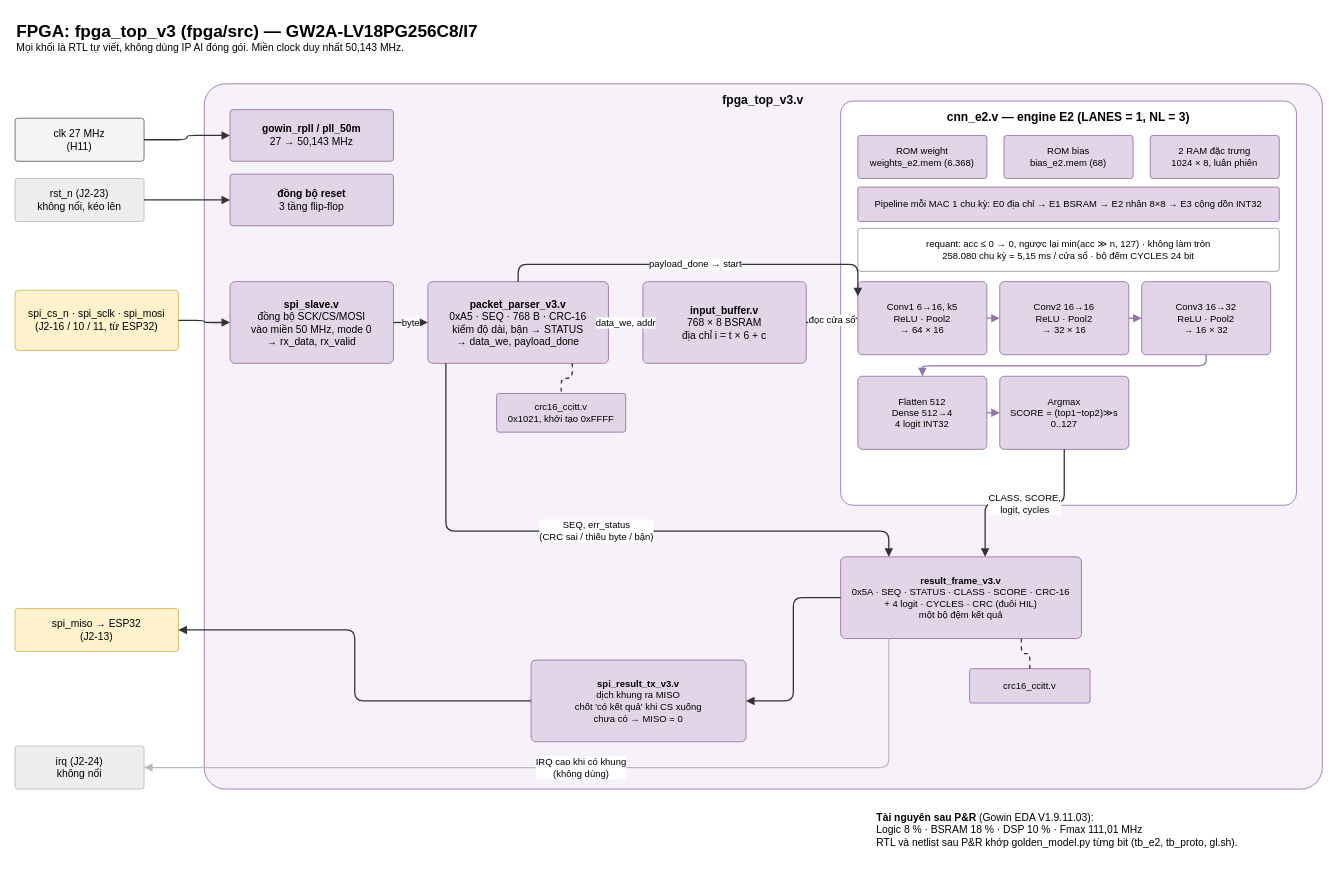
Above: page "4. FPGA – RTL architecture" (4 of 8) of docs/so_do_he_thong.drawio in danhle396/fpga2026gowin (draw.io), before the change. Source tidied: cells renumbered, new cells numbered last; positions are measured from the earlier drawing's top-left corner, leaving out a move shared by most shapes. Both pictures are drawn from the tidied source at 86%, with x=0, y=0 at pixel (15, 15).
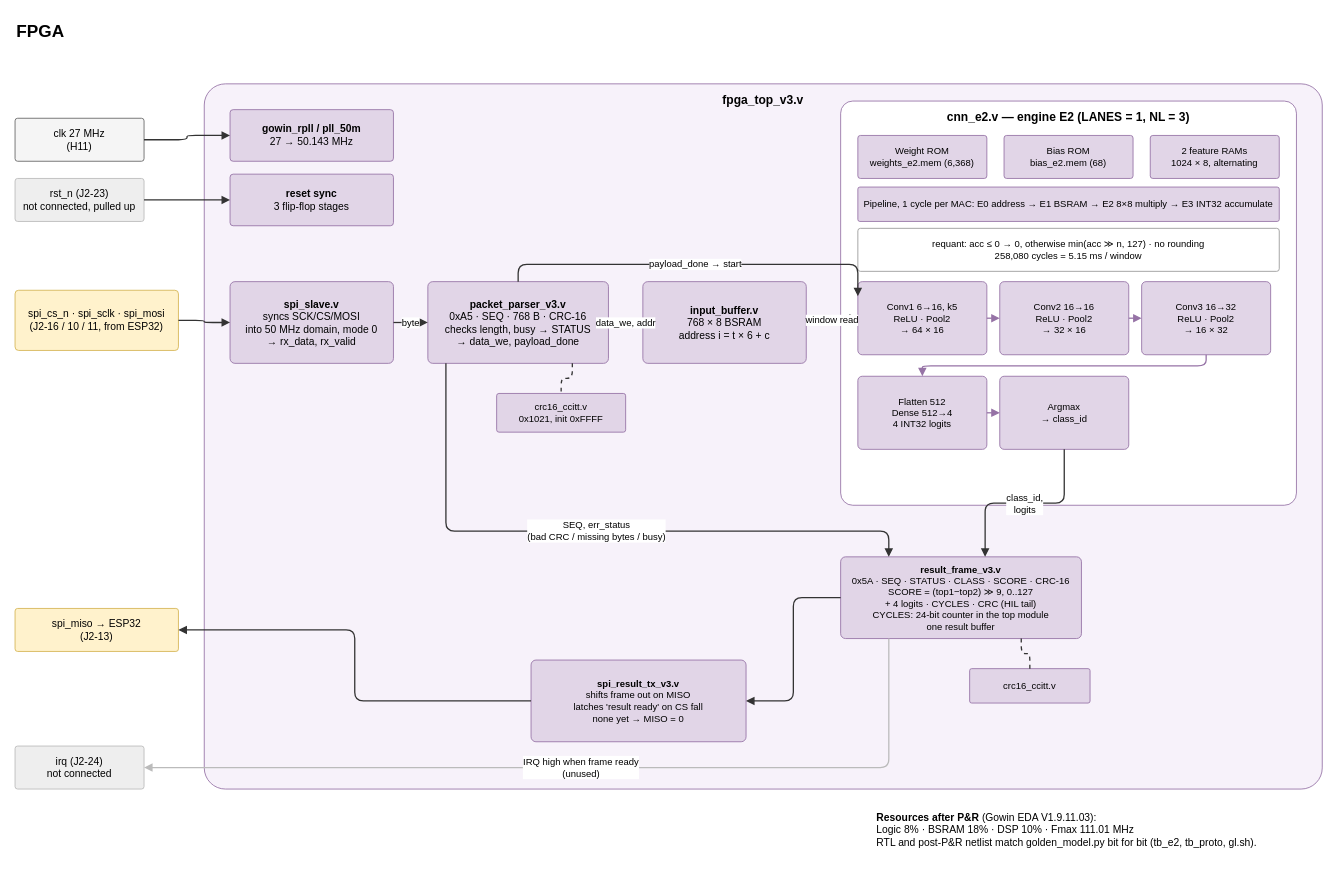
The same page after the edit.

Unchanged cells that the change refers to:
```xml
<mxCell id="20" value="Conv1 6→16, k5&lt;br&gt;ReLU · Pool2&lt;br&gt;→ 64 × 16" style="rounded=1;whiteSpace=wrap;html=1;arcSize=6;fillColor=#e1d5e7;strokeColor=#9673a6;verticalAlign=middle;align=center;spacing=6;fontSize=12;fontSize=11;" parent="1" vertex="1">
  <mxGeometry x="980" y="310" width="150" height="85" as="geometry" />
</mxCell>
```

The edit, as a diff of the source:
```diff
@@
-    <mxCell id="2" value="&lt;b style='font-size:20px'&gt;FPGA: fpga_top_v3 (fpga/src) — GW2A-LV18PG256C8/I7&lt;/b&gt;&lt;br&gt;Mọi khối là RTL tự viết, không dùng IP AI đóng gói. Miền clock duy nhất 50,143 MHz." style="text;html=1;whiteSpace=wrap;align=left;verticalAlign=top;fontSize=12;" parent="1" vertex="1">
+    <mxCell id="2" value="&lt;b style=&quot;font-size:20px&quot;&gt;FPGA&lt;/b&gt;" style="text;html=1;whiteSpace=wrap;align=left;verticalAlign=top;fontSize=12;" parent="1" vertex="1">
       <mxGeometry width="1300" height="60" as="geometry" />
     </mxCell>
@@
-    <mxCell id="5" value="rst_n (J2-23)&lt;br&gt;không nối, kéo lên" style="rounded=1;whiteSpace=wrap;html=1;arcSize=6;fillColor=#eeeeee;strokeColor=#bbbbbb;verticalAlign=middle;align=center;spacing=6;fontSize=12;" parent="1" vertex="1">
+    <mxCell id="5" value="rst_n (J2-23)&lt;br&gt;not connected, pulled up" style="rounded=1;whiteSpace=wrap;html=1;arcSize=6;fillColor=#eeeeee;strokeColor=#bbbbbb;verticalAlign=middle;align=center;spacing=6;fontSize=12;" parent="1" vertex="1">
       <mxGeometry y="190" width="150" height="50" as="geometry" />
     </mxCell>
-    <mxCell id="6" value="spi_cs_n · spi_sclk · spi_mosi&lt;br&gt;(J2-16 / 10 / 11, từ ESP32)" style="rounded=1;whiteSpace=wrap;html=1;arcSize=6;fillColor=#fff2cc;strokeColor=#d6b656;verticalAlign=middle;align=center;spacing=6;fontSize=12;" parent="1" vertex="1">
+    <mxCell id="6" value="spi_cs_n · spi_sclk · spi_mosi&lt;br&gt;(J2-16 / 10 / 11, from ESP32)" style="rounded=1;whiteSpace=wrap;html=1;arcSize=6;fillColor=#fff2cc;strokeColor=#d6b656;verticalAlign=middle;align=center;spacing=6;fontSize=12;" parent="1" vertex="1">
       <mxGeometry y="320" width="190" height="70" as="geometry" />
     </mxCell>
@@
-    <mxCell id="8" value="irq (J2-24)&lt;br&gt;không nối" style="rounded=1;whiteSpace=wrap;html=1;arcSize=6;fillColor=#eeeeee;strokeColor=#bbbbbb;verticalAlign=middle;align=center;spacing=6;fontSize=12;" parent="1" vertex="1">
+    <mxCell id="8" value="irq (J2-24)&lt;br&gt;not connected" style="rounded=1;whiteSpace=wrap;html=1;arcSize=6;fillColor=#eeeeee;strokeColor=#bbbbbb;verticalAlign=middle;align=center;spacing=6;fontSize=12;" parent="1" vertex="1">
       <mxGeometry y="850" width="150" height="50" as="geometry" />
     </mxCell>
-    <mxCell id="9" value="&lt;b&gt;gowin_rpll / pll_50m&lt;/b&gt;&lt;br&gt;27 → 50,143 MHz" style="rounded=1;whiteSpace=wrap;html=1;arcSize=6;fillColor=#e1d5e7;strokeColor=#9673a6;verticalAlign=middle;align=center;spacing=6;fontSize=12;" parent="1" vertex="1">
+    <mxCell id="9" value="&lt;b&gt;gowin_rpll / pll_50m&lt;/b&gt;&lt;br&gt;27 → 50.143 MHz" style="rounded=1;whiteSpace=wrap;html=1;arcSize=6;fillColor=#e1d5e7;strokeColor=#9673a6;verticalAlign=middle;align=center;spacing=6;fontSize=12;" parent="1" vertex="1">
       <mxGeometry x="250" y="110" width="190" height="60" as="geometry" />
     </mxCell>
-    <mxCell id="10" value="&lt;b&gt;đồng bộ reset&lt;/b&gt;&lt;br&gt;3 tầng flip-flop" style="rounded=1;whiteSpace=wrap;html=1;arcSize=6;fillColor=#e1d5e7;strokeColor=#9673a6;verticalAlign=middle;align=center;spacing=6;fontSize=12;" parent="1" vertex="1">
+    <mxCell id="10" value="&lt;b&gt;reset sync&lt;/b&gt;&lt;br&gt;3 flip-flop stages" style="rounded=1;whiteSpace=wrap;html=1;arcSize=6;fillColor=#e1d5e7;strokeColor=#9673a6;verticalAlign=middle;align=center;spacing=6;fontSize=12;" parent="1" vertex="1">
       <mxGeometry x="250" y="185" width="190" height="60" as="geometry" />
     </mxCell>
-    <mxCell id="11" value="&lt;b&gt;spi_slave.v&lt;/b&gt;&lt;br&gt;đồng bộ SCK/CS/MOSI&lt;br&gt;vào miền 50 MHz, mode 0&lt;br&gt;→ rx_data, rx_valid" style="rounded=1;whiteSpace=wrap;html=1;arcSize=6;fillColor=#e1d5e7;strokeColor=#9673a6;verticalAlign=middle;align=center;spacing=6;fontSize=12;" parent="1" vertex="1">
+    <mxCell id="11" value="&lt;b&gt;spi_slave.v&lt;/b&gt;&lt;br&gt;syncs SCK/CS/MOSI&lt;br&gt;into 50 MHz domain, mode 0&lt;br&gt;→ rx_data, rx_valid" style="rounded=1;whiteSpace=wrap;html=1;arcSize=6;fillColor=#e1d5e7;strokeColor=#9673a6;verticalAlign=middle;align=center;spacing=6;fontSize=12;" parent="1" vertex="1">
       <mxGeometry x="250" y="310" width="190" height="95" as="geometry" />
     </mxCell>
-    <mxCell id="12" value="&lt;b&gt;packet_parser_v3.v&lt;/b&gt;&lt;br&gt;0xA5 · SEQ · 768 B · CRC-16&lt;br&gt;kiểm độ dài, bận → STATUS&lt;br&gt;→ data_we, payload_done" style="rounded=1;whiteSpace=wrap;html=1;arcSize=6;fillColor=#e1d5e7;strokeColor=#9673a6;verticalAlign=middle;align=center;spacing=6;fontSize=12;" parent="1" vertex="1">
+    <mxCell id="12" value="&lt;b&gt;packet_parser_v3.v&lt;/b&gt;&lt;br&gt;0xA5 · SEQ · 768 B · CRC-16&lt;br&gt;checks length, busy → STATUS&lt;br&gt;→ data_we, payload_done" style="rounded=1;whiteSpace=wrap;html=1;arcSize=6;fillColor=#e1d5e7;strokeColor=#9673a6;verticalAlign=middle;align=center;spacing=6;fontSize=12;" parent="1" vertex="1">
       <mxGeometry x="480" y="310" width="210" height="95" as="geometry" />
     </mxCell>
-    <mxCell id="13" value="crc16_ccitt.v&lt;br&gt;0x1021, khởi tạo 0xFFFF" style="rounded=1;whiteSpace=wrap;html=1;arcSize=6;fillColor=#e1d5e7;strokeColor=#9673a6;verticalAlign=middle;align=center;spacing=6;fontSize=12;fontSize=11;" parent="1" vertex="1">
+    <mxCell id="13" value="crc16_ccitt.v&lt;br&gt;0x1021, init 0xFFFF" style="rounded=1;whiteSpace=wrap;html=1;arcSize=6;fillColor=#e1d5e7;strokeColor=#9673a6;verticalAlign=middle;align=center;spacing=6;fontSize=12;fontSize=11;" parent="1" vertex="1">
       <mxGeometry x="560" y="440" width="150" height="45" as="geometry" />
     </mxCell>
-    <mxCell id="14" value="&lt;b&gt;input_buffer.v&lt;/b&gt;&lt;br&gt;768 × 8 BSRAM&lt;br&gt;địa chỉ i = t × 6 + c" style="rounded=1;whiteSpace=wrap;html=1;arcSize=6;fillColor=#e1d5e7;strokeColor=#9673a6;verticalAlign=middle;align=center;spacing=6;fontSize=12;" parent="1" vertex="1">
+    <mxCell id="14" value="&lt;b&gt;input_buffer.v&lt;/b&gt;&lt;br&gt;768 × 8 BSRAM&lt;br&gt;address i = t × 6 + c" style="rounded=1;whiteSpace=wrap;html=1;arcSize=6;fillColor=#e1d5e7;strokeColor=#9673a6;verticalAlign=middle;align=center;spacing=6;fontSize=12;" parent="1" vertex="1">
       <mxGeometry x="730" y="310" width="190" height="95" as="geometry" />
     </mxCell>
@@
-    <mxCell id="16" value="ROM weight&lt;br&gt;weights_e2.mem (6.368)" style="rounded=1;whiteSpace=wrap;html=1;arcSize=6;fillColor=#e1d5e7;strokeColor=#9673a6;verticalAlign=middle;align=center;spacing=6;fontSize=12;fontSize=11;" parent="1" vertex="1">
+    <mxCell id="16" value="Weight ROM&lt;br&gt;weights_e2.mem (6,368)" style="rounded=1;whiteSpace=wrap;html=1;arcSize=6;fillColor=#e1d5e7;strokeColor=#9673a6;verticalAlign=middle;align=center;spacing=6;fontSize=12;fontSize=11;" parent="1" vertex="1">
       <mxGeometry x="980" y="140" width="150" height="50" as="geometry" />
     </mxCell>
-    <mxCell id="17" value="ROM bias&lt;br&gt;bias_e2.mem (68)" style="rounded=1;whiteSpace=wrap;html=1;arcSize=6;fillColor=#e1d5e7;strokeColor=#9673a6;verticalAlign=middle;align=center;spacing=6;fontSize=12;fontSize=11;" parent="1" vertex="1">
+    <mxCell id="17" value="Bias ROM&lt;br&gt;bias_e2.mem (68)" style="rounded=1;whiteSpace=wrap;html=1;arcSize=6;fillColor=#e1d5e7;strokeColor=#9673a6;verticalAlign=middle;align=center;spacing=6;fontSize=12;fontSize=11;" parent="1" vertex="1">
       <mxGeometry x="1150" y="140" width="150" height="50" as="geometry" />
     </mxCell>
-    <mxCell id="18" value="2 RAM đặc trưng&lt;br&gt;1024 × 8, luân phiên" style="rounded=1;whiteSpace=wrap;html=1;arcSize=6;fillColor=#e1d5e7;strokeColor=#9673a6;verticalAlign=middle;align=center;spacing=6;fontSize=12;fontSize=11;" parent="1" vertex="1">
+    <mxCell id="18" value="2 feature RAMs&lt;br&gt;1024 × 8, alternating" style="rounded=1;whiteSpace=wrap;html=1;arcSize=6;fillColor=#e1d5e7;strokeColor=#9673a6;verticalAlign=middle;align=center;spacing=6;fontSize=12;fontSize=11;" parent="1" vertex="1">
       <mxGeometry x="1320" y="140" width="150" height="50" as="geometry" />
     </mxCell>
-    <mxCell id="19" value="Pipeline mỗi MAC 1 chu kỳ: E0 địa chỉ → E1 BSRAM → E2 nhân 8×8 → E3 cộng dồn INT32" style="rounded=1;whiteSpace=wrap;html=1;arcSize=6;fillColor=#e1d5e7;strokeColor=#9673a6;verticalAlign=middle;align=center;spacing=6;fontSize=12;fontSize=11;" parent="1" vertex="1">
+    <mxCell id="19" value="Pipeline, 1 cycle per MAC: E0 address → E1 BSRAM → E2 8×8 multiply → E3 INT32 accumulate" style="rounded=1;whiteSpace=wrap;html=1;arcSize=6;fillColor=#e1d5e7;strokeColor=#9673a6;verticalAlign=middle;align=center;spacing=6;fontSize=12;fontSize=11;" parent="1" vertex="1">
       <mxGeometry x="980" y="200" width="490" height="40" as="geometry" />
     </mxCell>
@@
-    <mxCell id="23" value="Flatten 512&lt;br&gt;Dense 512→4&lt;br&gt;4 logit INT32" style="rounded=1;whiteSpace=wrap;html=1;arcSize=6;fillColor=#e1d5e7;strokeColor=#9673a6;verticalAlign=middle;align=center;spacing=6;fontSize=12;fontSize=11;" parent="1" vertex="1">
+    <mxCell id="23" value="Flatten 512&lt;br&gt;Dense 512→4&lt;br&gt;4 INT32 logits" style="rounded=1;whiteSpace=wrap;html=1;arcSize=6;fillColor=#e1d5e7;strokeColor=#9673a6;verticalAlign=middle;align=center;spacing=6;fontSize=12;fontSize=11;" parent="1" vertex="1">
       <mxGeometry x="980" y="420" width="150" height="85" as="geometry" />
     </mxCell>
-    <mxCell id="24" value="Argmax&lt;br&gt;SCORE = (top1−top2)≫s&lt;br&gt;0..127" style="rounded=1;whiteSpace=wrap;html=1;arcSize=6;fillColor=#e1d5e7;strokeColor=#9673a6;verticalAlign=middle;align=center;spacing=6;fontSize=12;fontSize=11;" parent="1" vertex="1">
+    <mxCell id="24" value="Argmax&lt;br&gt;→ class_id" style="rounded=1;whiteSpace=wrap;html=1;arcSize=6;fillColor=#e1d5e7;strokeColor=#9673a6;verticalAlign=middle;align=center;spacing=6;fontSize=12;fontSize=11;" parent="1" vertex="1">
       <mxGeometry x="1145" y="420" width="150" height="85" as="geometry" />
     </mxCell>
@@
-    <mxCell id="29" value="requant: acc ≤ 0 → 0, ngược lại min(acc ≫ n, 127) · không làm tròn&lt;br&gt;258.080 chu kỳ = 5,15 ms / cửa sổ · bộ đếm CYCLES 24 bit" style="rounded=1;whiteSpace=wrap;html=1;arcSize=6;fillColor=#ffffff;strokeColor=#999999;verticalAlign=middle;align=center;spacing=6;fontSize=12;fontSize=11;" parent="1" vertex="1">
+    <mxCell id="29" value="requant: acc ≤ 0 → 0, otherwise min(acc ≫ n, 127) · no rounding&lt;br&gt;258,080 cycles = 5.15 ms / window" style="rounded=1;whiteSpace=wrap;html=1;arcSize=6;fillColor=#ffffff;strokeColor=#999999;verticalAlign=middle;align=center;spacing=6;fontSize=12;fontSize=11;" parent="1" vertex="1">
       <mxGeometry x="980" y="248" width="490" height="50" as="geometry" />
     </mxCell>
-    <mxCell id="30" value="&lt;b&gt;result_frame_v3.v&lt;/b&gt;&lt;br&gt;0x5A · SEQ · STATUS · CLASS · SCORE · CRC-16&lt;br&gt;+ 4 logit · CYCLES · CRC (đuôi HIL)&lt;br&gt;một bộ đệm kết quả" style="rounded=1;whiteSpace=wrap;html=1;arcSize=6;fillColor=#e1d5e7;strokeColor=#9673a6;verticalAlign=middle;align=center;spacing=6;fontSize=12;fontSize=11;" parent="1" vertex="1">
+    <mxCell id="30" value="&lt;b&gt;result_frame_v3.v&lt;/b&gt;&lt;br&gt;0x5A · SEQ · STATUS · CLASS · SCORE · CRC-16&lt;br&gt;SCORE = (top1−top2) ≫ 9, 0..127&lt;br&gt;+ 4 logits · CYCLES · CRC (HIL tail)&lt;br&gt;CYCLES: 24-bit counter in the top module&lt;br&gt;one result buffer" style="rounded=1;whiteSpace=wrap;html=1;arcSize=6;fillColor=#e1d5e7;strokeColor=#9673a6;verticalAlign=middle;align=center;spacing=6;fontSize=12;fontSize=11;" parent="1" vertex="1">
       <mxGeometry x="960" y="630" width="280" height="95" as="geometry" />
     </mxCell>
@@
-    <mxCell id="32" value="&lt;b&gt;spi_result_tx_v3.v&lt;/b&gt;&lt;br&gt;dịch khung ra MISO&lt;br&gt;chốt 'có kết quả' khi CS xuống&lt;br&gt;chưa có → MISO = 0" style="rounded=1;whiteSpace=wrap;html=1;arcSize=6;fillColor=#e1d5e7;strokeColor=#9673a6;verticalAlign=middle;align=center;spacing=6;fontSize=12;fontSize=11;" parent="1" vertex="1">
+    <mxCell id="32" value="&lt;b&gt;spi_result_tx_v3.v&lt;/b&gt;&lt;br&gt;shifts frame out on MISO&lt;br&gt;latches 'result ready' on CS fall&lt;br&gt;none yet → MISO = 0" style="rounded=1;whiteSpace=wrap;html=1;arcSize=6;fillColor=#e1d5e7;strokeColor=#9673a6;verticalAlign=middle;align=center;spacing=6;fontSize=12;fontSize=11;" parent="1" vertex="1">
       <mxGeometry x="600" y="750" width="250" height="95" as="geometry" />
     </mxCell>
@@
-    <mxCell id="39" value="đọc cửa sổ" style="edgeStyle=orthogonalEdgeStyle;rounded=1;html=1;endArrow=block;endFill=1;strokeColor=#333333;strokeWidth=1.5;fontSize=11;labelBackgroundColor=#ffffff;exitX=1;exitY=0.5;entryX=0;entryY=0.5;" parent="1" edge="1" source="14" target="20">
+    <mxCell id="39" value="window read" style="edgeStyle=orthogonalEdgeStyle;rounded=1;html=1;endArrow=block;endFill=1;strokeColor=#333333;strokeWidth=1.5;fontSize=11;labelBackgroundColor=#ffffff;exitX=1;exitY=0.5;entryX=0;entryY=0.5;" parent="1" edge="1" source="14" target="20">
       <mxGeometry relative="1" as="geometry" />
     </mxCell>
@@
-    <mxCell id="41" value="CLASS, SCORE,&lt;br&gt;logit, cycles" style="edgeStyle=orthogonalEdgeStyle;rounded=1;html=1;endArrow=block;endFill=1;strokeColor=#333333;strokeWidth=1.5;fontSize=11;labelBackgroundColor=#ffffff;exitX=0.5;exitY=1;entryX=0.6;entryY=0;" parent="1" edge="1" source="24" target="30">
+    <mxCell id="41" value="class_id,&lt;br&gt;logits" style="edgeStyle=orthogonalEdgeStyle;rounded=1;html=1;endArrow=block;endFill=1;strokeColor=#333333;strokeWidth=1.5;fontSize=11;labelBackgroundColor=#ffffff;exitX=0.5;exitY=1;entryX=0.6;entryY=0;" parent="1" edge="1" source="24" target="30">
       <mxGeometry relative="1" as="geometry" />
     </mxCell>
-    <mxCell id="42" value="SEQ, err_status&lt;br&gt;(CRC sai / thiếu byte / bận)" style="edgeStyle=orthogonalEdgeStyle;rounded=1;html=1;endArrow=block;endFill=1;strokeColor=#333333;strokeWidth=1.5;fontSize=11;labelBackgroundColor=#ffffff;exitX=0.1;exitY=1;entryX=0.2;entryY=0;" parent="1" edge="1" source="12" target="30">
+    <mxCell id="42" value="SEQ, err_status&lt;br&gt;(bad CRC / missing bytes / busy)" style="edgeStyle=orthogonalEdgeStyle;rounded=1;html=1;endArrow=block;endFill=1;strokeColor=#333333;strokeWidth=1.5;fontSize=11;labelBackgroundColor=#ffffff;exitX=0.1;exitY=1;entryX=0.2;entryY=0;" parent="1" edge="1" source="12" target="30">
       <mxGeometry relative="1" as="geometry">
         <Array as="points">
           <mxPoint x="501" y="600" />
           <mxPoint x="1016" y="600" />
         </Array>
       </mxGeometry>
     </mxCell>
@@
-    <mxCell id="46" value="IRQ cao khi có khung&lt;br&gt;(không dùng)" style="edgeStyle=orthogonalEdgeStyle;rounded=1;html=1;endArrow=block;endFill=1;strokeColor=#bbbbbb;strokeWidth=1.5;fontSize=11;labelBackgroundColor=#ffffff;exitX=0.2;exitY=1;entryX=1;entryY=0.5;" parent="1" edge="1" source="30" target="8">
+    <mxCell id="46" value="IRQ high when frame ready&lt;br&gt;(unused)" style="edgeStyle=orthogonalEdgeStyle;rounded=1;html=1;endArrow=block;endFill=1;strokeColor=#bbbbbb;strokeWidth=1.5;fontSize=11;labelBackgroundColor=#ffffff;exitX=0.2;exitY=1;entryX=1;entryY=0.5;" parent="1" edge="1" source="30" target="8">
       <mxGeometry relative="1" as="geometry">
         <Array as="points">
           <mxPoint x="1016" y="875" />
         </Array>
       </mxGeometry>
     </mxCell>
-    <mxCell id="47" value="&lt;b&gt;Tài nguyên sau P&amp;amp;R&lt;/b&gt; (Gowin EDA V1.9.11.03):&lt;br&gt;Logic 8 % · BSRAM 18 % · DSP 10 % · Fmax 111,01 MHz&lt;br&gt;RTL và netlist sau P&amp;amp;R khớp golden_model.py từng bit (tb_e2, tb_proto, gl.sh)." style="text;html=1;whiteSpace=wrap;align=left;verticalAlign=top;fontSize=12;" parent="1" vertex="1">
+    <mxCell id="47" value="&lt;b&gt;Resources after P&amp;amp;R&lt;/b&gt; (Gowin EDA V1.9.11.03):&lt;br&gt;Logic 8% · BSRAM 18% · DSP 10% · Fmax 111.01 MHz&lt;br&gt;RTL and post-P&amp;amp;R netlist match golden_model.py bit for bit (tb_e2, tb_proto, gl.sh)." style="text;html=1;whiteSpace=wrap;align=left;verticalAlign=top;fontSize=12;" parent="1" vertex="1">
       <mxGeometry x="1000" y="920" width="520" height="70" as="geometry" />
     </mxCell>
```
